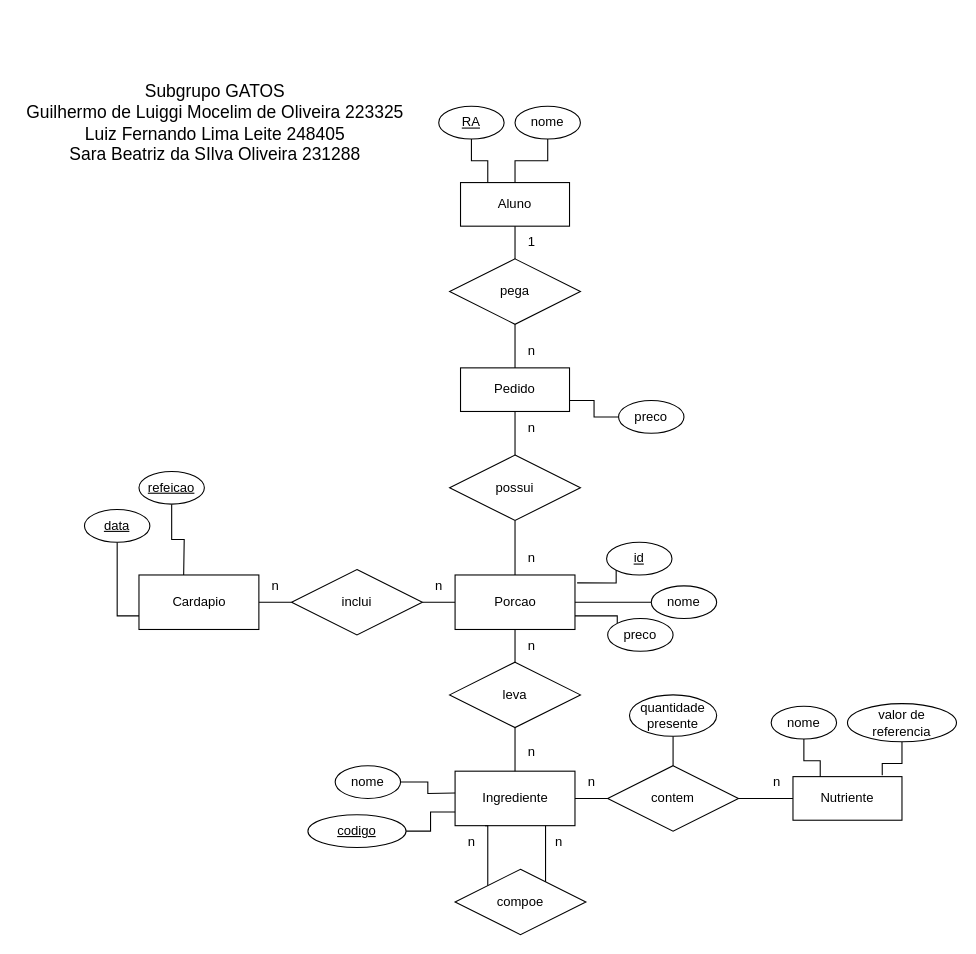
Before: lab02/Diagrama ER lab02.drawio in SaraBSOliveira/MC536_GATOS, a draw.io diagram. Source tidied: cells renumbered, new cells numbered last; positions are measured from the earlier drawing's top-left corner, leaving out a move shared by most shapes. Both pictures are drawn from the tidied source at 109%, with x=0, y=0 at pixel (19, 68).
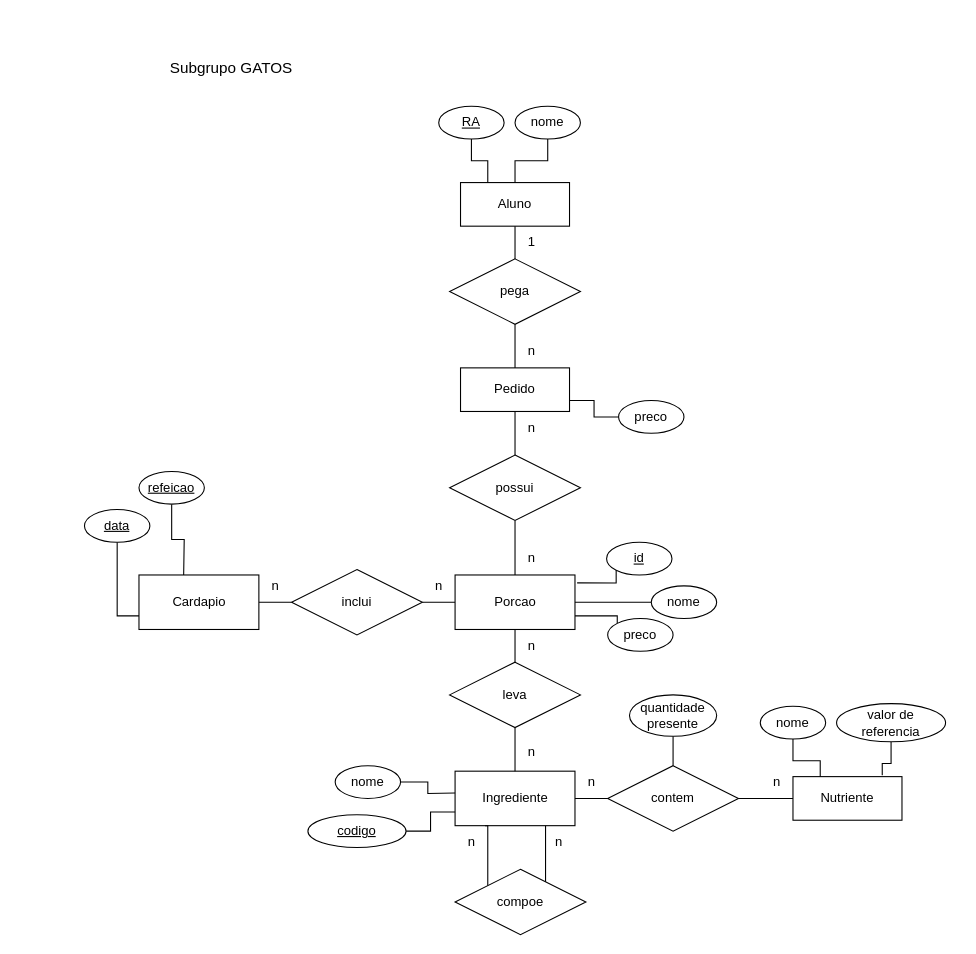
Above is the later version.

Commit message (it also covers changes not shown here):
add cardinalidades no uml, exporta imagens

Change to the diagram source:
```diff
@@
-    <mxCell id="29" value="&lt;font style=&quot;font-size: 16px&quot;&gt;Subgrupo GATOS&lt;br&gt;Guilhermo de Luiggi Mocelim de Oliveira 223325&lt;br&gt;Luiz Fernando Lima Leite 248405&lt;br&gt;Sara Beatriz da SIlva Oliveira 231288&lt;/font&gt;" style="text;html=1;strokeColor=none;fillColor=none;align=center;verticalAlign=middle;whiteSpace=wrap;rounded=0;" parent="1" vertex="1">
-      <mxGeometry width="360" height="100" as="geometry" />
+    <mxCell id="29" value="&lt;font style=&quot;font-size: 14px;&quot;&gt;Subgrupo GATOS&lt;br style=&quot;font-size: 14px;&quot;&gt;&lt;/font&gt;" style="text;html=1;strokeColor=none;fillColor=none;align=center;verticalAlign=middle;whiteSpace=wrap;rounded=0;fontSize=14;" parent="1" vertex="1">
+      <mxGeometry x="30" y="-45" width="330" height="90" as="geometry" />
     </mxCell>
@@
     <mxCell id="46" value="valor de referencia" style="ellipse;whiteSpace=wrap;html=1;fontStyle=0;" parent="1" vertex="1">
-      <mxGeometry x="760" y="583" width="100" height="35" as="geometry" />
+      <mxGeometry x="750" y="583" width="100" height="35" as="geometry" />
     </mxCell>
@@
     <mxCell id="48" value="nome" style="ellipse;whiteSpace=wrap;html=1;fontStyle=0;" parent="1" vertex="1">
-      <mxGeometry x="690" y="585.5" width="60" height="30" as="geometry" />
+      <mxGeometry x="680" y="585.5" width="60" height="30" as="geometry" />
     </mxCell>
```
